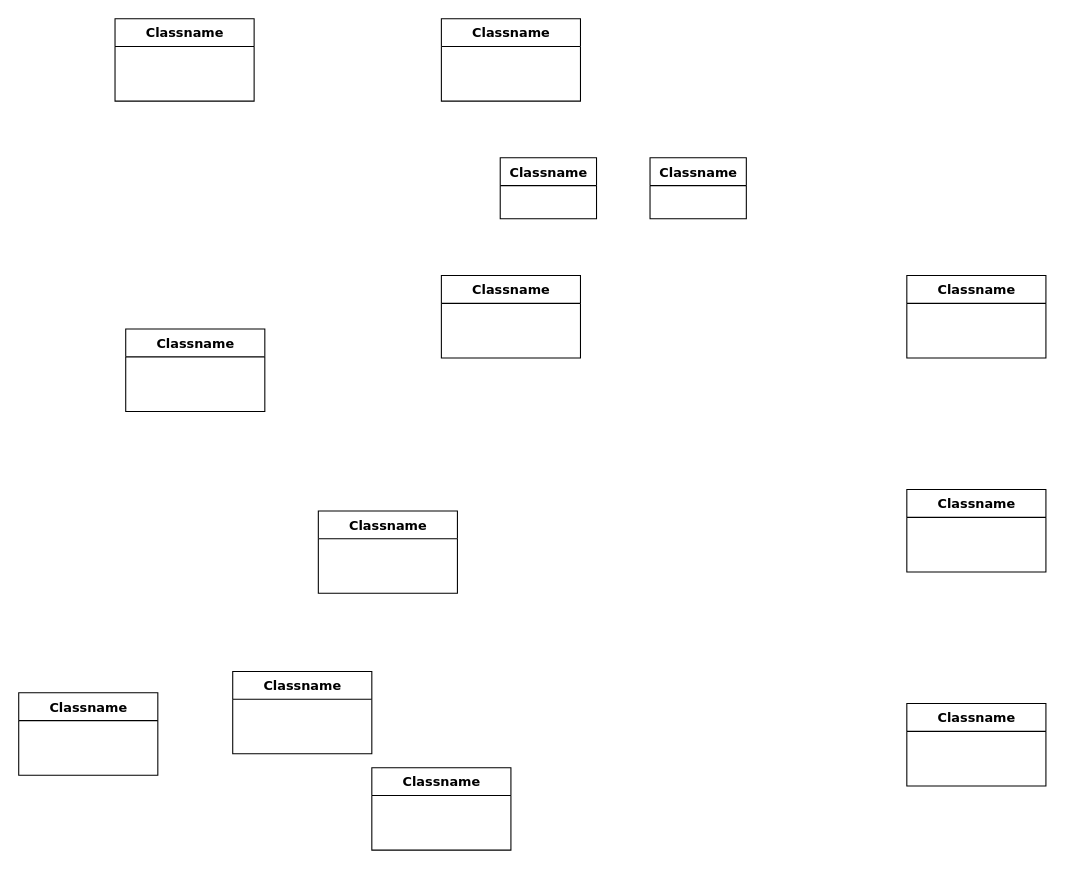
Above: Untitled Diagram.drawio in brianferrell787/ERdiagram (draw.io), before the change. Source tidied: cells renumbered, new cells numbered last; positions are measured from the earlier drawing's top-left corner, leaving out a move shared by most shapes. Both pictures are drawn from the tidied source at 107%, with x=0, y=0 at pixel (18, 18).
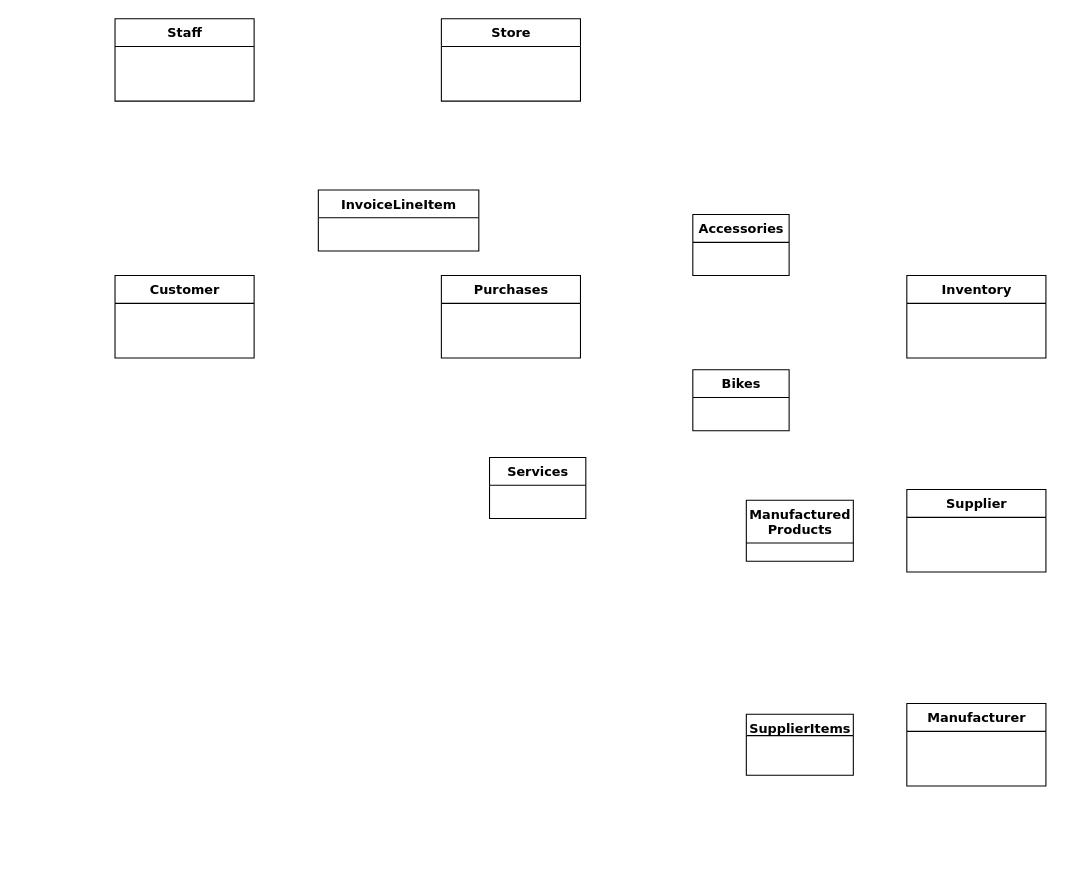
The same page after the edit.

Diff of the diagram source:
```diff
@@
 <mxGraphModel background="#ffffff">
   <root>
     <mxCell id="0" />
     <mxCell id="1" parent="0" />
-    <mxCell id="2" value="Classname" style="swimlane;html=1;fontStyle=1;align=center;verticalAlign=top;horizontal=1;startSize=26;swimlaneFillColor=#ffffff;rounded=0;shadow=0;comic=0;labelBackgroundColor=none;strokeWidth=1;fillColor=none;fontFamily=Verdana;fontSize=12;" parent="1" vertex="1">
-      <mxGeometry x="200" y="610" width="130" height="77" as="geometry" />
-    </mxCell>
-    <mxCell id="3" value="Classname" style="swimlane;html=1;fontStyle=1;align=center;verticalAlign=top;horizontal=1;startSize=26;swimlaneFillColor=#ffffff;rounded=0;shadow=0;comic=0;labelBackgroundColor=none;strokeWidth=1;fillColor=none;fontFamily=Verdana;fontSize=12;" parent="1" vertex="1">
-      <mxGeometry y="630" width="130" height="77" as="geometry" />
-    </mxCell>
-    <mxCell id="4" value="Classname" style="swimlane;html=1;fontStyle=1;align=center;verticalAlign=top;horizontal=1;startSize=26;swimlaneFillColor=#ffffff;rounded=0;shadow=0;comic=0;labelBackgroundColor=none;strokeWidth=1;fillColor=none;fontFamily=Verdana;fontSize=12;" parent="1" vertex="1">
-      <mxGeometry x="330" y="700" width="130" height="77" as="geometry" />
-    </mxCell>
-    <mxCell id="5" value="Classname" style="swimlane;html=1;fontStyle=1;align=center;verticalAlign=top;horizontal=1;startSize=26;swimlaneFillColor=#ffffff;rounded=0;shadow=0;comic=0;labelBackgroundColor=none;strokeWidth=1;fillColor=none;fontFamily=Verdana;fontSize=12;" parent="1" vertex="1">
-      <mxGeometry x="100" y="290" width="130" height="77" as="geometry" />
-    </mxCell>
-    <mxCell id="6" value="Classname" style="swimlane;html=1;fontStyle=1;align=center;verticalAlign=top;horizontal=1;startSize=26;swimlaneFillColor=#ffffff;rounded=0;shadow=0;comic=0;labelBackgroundColor=none;strokeWidth=1;fillColor=none;fontFamily=Verdana;fontSize=12;" parent="1" vertex="1">
-      <mxGeometry x="450" y="130" width="90" height="57" as="geometry" />
-    </mxCell>
-    <mxCell id="7" value="Classname" style="swimlane;html=1;fontStyle=1;align=center;verticalAlign=top;horizontal=1;startSize=26;swimlaneFillColor=#ffffff;rounded=0;shadow=0;comic=0;labelBackgroundColor=none;strokeWidth=1;fillColor=none;fontFamily=Verdana;fontSize=12;" parent="1" vertex="1">
-      <mxGeometry x="590" y="130" width="90" height="57" as="geometry" />
-    </mxCell>
-    <mxCell id="8" value="Classname" style="swimlane;html=1;fontStyle=1;align=center;verticalAlign=top;horizontal=1;startSize=26;swimlaneFillColor=#ffffff;rounded=0;shadow=0;comic=0;labelBackgroundColor=none;strokeWidth=1;fillColor=none;fontFamily=Verdana;fontSize=12;" parent="1" vertex="1">
+    <mxCell id="8" value="Store" style="swimlane;html=1;fontStyle=1;align=center;verticalAlign=top;horizontal=1;startSize=26;swimlaneFillColor=#ffffff;rounded=0;shadow=0;comic=0;labelBackgroundColor=none;strokeWidth=1;fillColor=none;fontFamily=Verdana;fontSize=12;" parent="1" vertex="1">
       <mxGeometry x="395" width="130" height="77" as="geometry" />
     </mxCell>
-    <mxCell id="9" value="Classname" style="swimlane;html=1;fontStyle=1;align=center;verticalAlign=top;horizontal=1;startSize=26;swimlaneFillColor=#ffffff;rounded=0;shadow=0;comic=0;labelBackgroundColor=none;strokeWidth=1;fillColor=none;fontFamily=Verdana;fontSize=12;" parent="1" vertex="1">
+    <mxCell id="9" value="Staff" style="swimlane;html=1;fontStyle=1;align=center;verticalAlign=top;horizontal=1;startSize=26;swimlaneFillColor=#ffffff;rounded=0;shadow=0;comic=0;labelBackgroundColor=none;strokeWidth=1;fillColor=none;fontFamily=Verdana;fontSize=12;" parent="1" vertex="1">
       <mxGeometry x="90" width="130" height="77" as="geometry" />
     </mxCell>
-    <mxCell id="10" value="Classname" style="swimlane;html=1;fontStyle=1;align=center;verticalAlign=top;horizontal=1;startSize=26;swimlaneFillColor=#ffffff;rounded=0;shadow=0;comic=0;labelBackgroundColor=none;strokeWidth=1;fillColor=none;fontFamily=Verdana;fontSize=12;" parent="1" vertex="1">
+    <mxCell id="10" value="Purchases" style="swimlane;html=1;fontStyle=1;align=center;verticalAlign=top;horizontal=1;startSize=26;swimlaneFillColor=#ffffff;rounded=0;shadow=0;comic=0;labelBackgroundColor=none;strokeWidth=1;fillColor=none;fontFamily=Verdana;fontSize=12;" parent="1" vertex="1">
       <mxGeometry x="395" y="240" width="130" height="77" as="geometry" />
     </mxCell>
-    <mxCell id="11" value="Classname" style="swimlane;html=1;fontStyle=1;align=center;verticalAlign=top;horizontal=1;startSize=26;swimlaneFillColor=#ffffff;rounded=0;shadow=0;comic=0;labelBackgroundColor=none;strokeWidth=1;fillColor=none;fontFamily=Verdana;fontSize=12;" parent="1" vertex="1">
-      <mxGeometry x="280" y="460" width="130" height="77" as="geometry" />
-    </mxCell>
-    <mxCell id="12" value="Classname" style="swimlane;html=1;fontStyle=1;align=center;verticalAlign=top;horizontal=1;startSize=26;swimlaneFillColor=#ffffff;rounded=0;shadow=0;comic=0;labelBackgroundColor=none;strokeWidth=1;fillColor=none;fontFamily=Verdana;fontSize=12;" parent="1" vertex="1">
+    <mxCell id="12" value="Inventory" style="swimlane;html=1;fontStyle=1;align=center;verticalAlign=top;horizontal=1;startSize=26;swimlaneFillColor=#ffffff;rounded=0;shadow=0;comic=0;labelBackgroundColor=none;strokeWidth=1;fillColor=none;fontFamily=Verdana;fontSize=12;" parent="1" vertex="1">
       <mxGeometry x="830" y="240" width="130" height="77" as="geometry" />
     </mxCell>
-    <mxCell id="13" value="Classname" style="swimlane;html=1;fontStyle=1;align=center;verticalAlign=top;horizontal=1;startSize=26;swimlaneFillColor=#ffffff;rounded=0;shadow=0;comic=0;labelBackgroundColor=none;strokeWidth=1;fillColor=none;fontFamily=Verdana;fontSize=12;" parent="1" vertex="1">
+    <mxCell id="13" value="Supplier" style="swimlane;html=1;fontStyle=1;align=center;verticalAlign=top;horizontal=1;startSize=26;swimlaneFillColor=#ffffff;rounded=0;shadow=0;comic=0;labelBackgroundColor=none;strokeWidth=1;fillColor=none;fontFamily=Verdana;fontSize=12;" parent="1" vertex="1">
       <mxGeometry x="830" y="440" width="130" height="77" as="geometry" />
     </mxCell>
-    <mxCell id="14" value="Classname" style="swimlane;html=1;fontStyle=1;align=center;verticalAlign=top;horizontal=1;startSize=26;swimlaneFillColor=#ffffff;rounded=0;shadow=0;comic=0;labelBackgroundColor=none;strokeWidth=1;fillColor=none;fontFamily=Verdana;fontSize=12;" parent="1" vertex="1">
+    <mxCell id="14" value="Manufacturer" style="swimlane;html=1;fontStyle=1;align=center;verticalAlign=top;horizontal=1;startSize=26;swimlaneFillColor=#ffffff;rounded=0;shadow=0;comic=0;labelBackgroundColor=none;strokeWidth=1;fillColor=none;fontFamily=Verdana;fontSize=12;" parent="1" vertex="1">
       <mxGeometry x="830" y="640" width="130" height="77" as="geometry" />
     </mxCell>
+    <mxCell id="6" value="Bikes" style="swimlane;html=1;fontStyle=1;align=center;verticalAlign=top;horizontal=1;startSize=26;swimlaneFillColor=#ffffff;rounded=0;shadow=0;comic=0;labelBackgroundColor=none;strokeWidth=1;fillColor=none;fontFamily=Verdana;fontSize=12;" parent="1" vertex="1">
+      <mxGeometry x="630" y="328" width="90" height="57" as="geometry" />
+    </mxCell>
+    <mxCell id="7" value="Accessories" style="swimlane;html=1;fontStyle=1;align=center;verticalAlign=top;horizontal=1;startSize=26;swimlaneFillColor=#ffffff;rounded=0;shadow=0;comic=0;labelBackgroundColor=none;strokeWidth=1;fillColor=none;fontFamily=Verdana;fontSize=12;" parent="1" vertex="1">
+      <mxGeometry x="630" y="183" width="90" height="57" as="geometry" />
+    </mxCell>
+    <mxCell id="5" value="Customer" style="swimlane;html=1;fontStyle=1;align=center;verticalAlign=top;horizontal=1;startSize=26;swimlaneFillColor=#ffffff;rounded=0;shadow=0;comic=0;labelBackgroundColor=none;strokeWidth=1;fillColor=none;fontFamily=Verdana;fontSize=12;" parent="1" vertex="1">
+      <mxGeometry x="90" y="240" width="130" height="77" as="geometry" />
+    </mxCell>
+    <mxCell id="15" value="Services" style="swimlane;html=1;fontStyle=1;align=center;verticalAlign=top;horizontal=1;startSize=26;swimlaneFillColor=#ffffff;rounded=0;shadow=0;comic=0;labelBackgroundColor=none;strokeWidth=1;fillColor=none;fontFamily=Verdana;fontSize=12;" parent="1" vertex="1">
+      <mxGeometry x="440" y="410" width="90" height="57" as="geometry" />
+    </mxCell>
+    <mxCell id="16" value="InvoiceLineItem" style="swimlane;html=1;fontStyle=1;align=center;verticalAlign=top;horizontal=1;startSize=26;swimlaneFillColor=#ffffff;rounded=0;shadow=0;comic=0;labelBackgroundColor=none;strokeWidth=1;fillColor=none;fontFamily=Verdana;fontSize=12;" parent="1" vertex="1">
+      <mxGeometry x="280" y="160" width="150" height="57" as="geometry" />
+    </mxCell>
+    <mxCell id="17" value="Manufactured&lt;br&gt;Products" style="swimlane;html=1;fontStyle=1;align=center;verticalAlign=top;horizontal=1;startSize=40;swimlaneFillColor=#ffffff;rounded=0;shadow=0;comic=0;labelBackgroundColor=none;strokeWidth=1;fillColor=none;fontFamily=Verdana;fontSize=12;" parent="1" vertex="1">
+      <mxGeometry x="680" y="450" width="100" height="57" as="geometry" />
+    </mxCell>
+    <mxCell id="18" value="SupplierItems" style="swimlane;html=1;fontStyle=1;align=center;verticalAlign=top;horizontal=1;startSize=20;swimlaneFillColor=#ffffff;rounded=0;shadow=0;comic=0;labelBackgroundColor=none;strokeWidth=1;fillColor=none;fontFamily=Verdana;fontSize=12;" parent="1" vertex="1">
+      <mxGeometry x="680" y="650" width="100" height="57" as="geometry" />
+    </mxCell>
   </root>
 </mxGraphModel>
```
